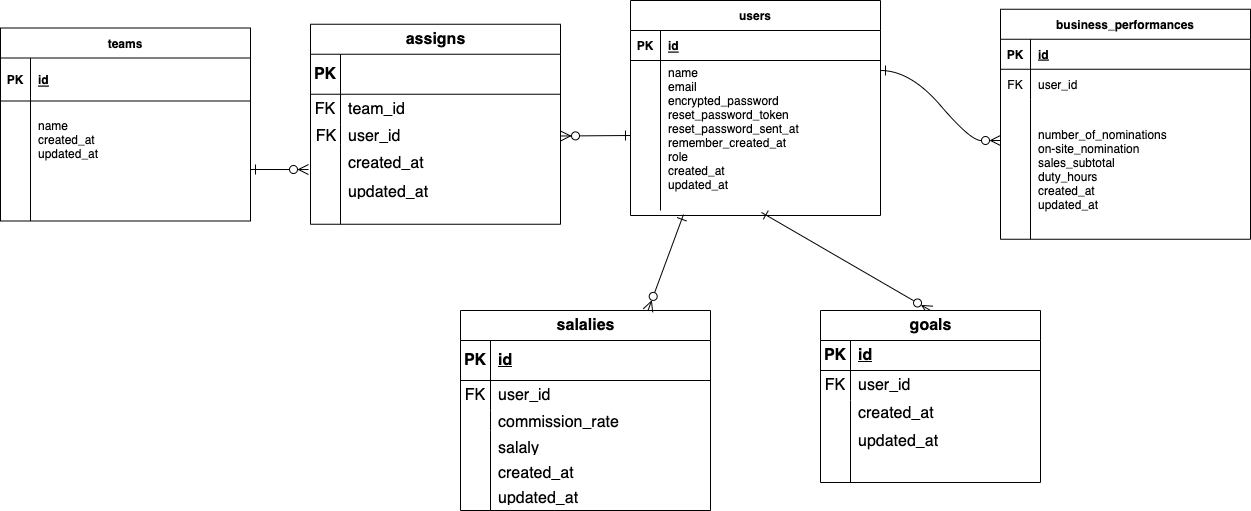
This is readme/original_app_ER.drawio.png from monn1997/original_application, a draw.io export, as it was before one commit. Source tidied: cells renumbered, new cells last; positions are measured from the earlier drawing's top-left corner, leaving out a move shared by most shapes.
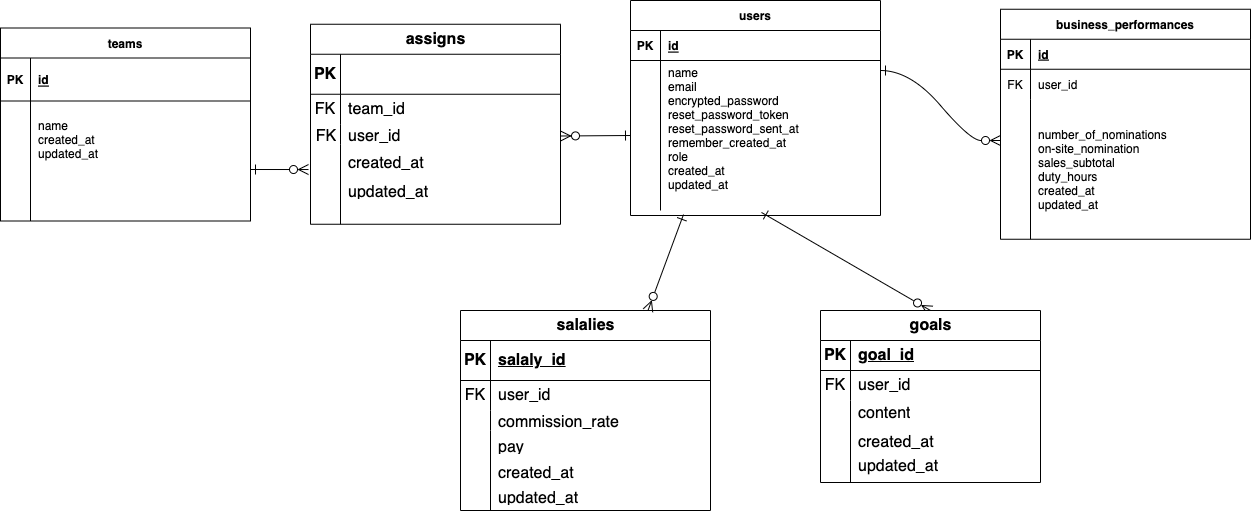
The same file after the commit.

Diff of the diagram source:
```diff
@@ -151,7 +151,7 @@
       </mxGeometry>
     </mxCell>
     <mxCell id="49" style="group;" parent="1" vertex="1">
-      <mxGeometry x="820" y="310" width="220" height="172" as="geometry" />
+      <mxGeometry x="820" y="310" width="250" height="172" as="geometry" />
     </mxCell>
     <mxCell id="50" value="goals" style="shape=table;startSize=30;rowLines=0;fontStyle=1;align=center;html=1;fontSize=16;" parent="49" vertex="1">
       <mxGeometry width="220" height="172" as="geometry" />
@@ -162,7 +162,7 @@
     <mxCell id="52" value="PK" style="shape=partialRectangle;fillColor=none;top=0;left=0;bottom=0;right=0;fontStyle=1;overflow=hidden;whiteSpace=wrap;html=1;fontSize=16;" parent="51" vertex="1">
       <mxGeometry width="30" height="30" as="geometry" />
     </mxCell>
-    <mxCell id="53" value="id" style="shape=partialRectangle;fillColor=none;top=0;left=0;bottom=0;right=0;align=left;spacingLeft=6;fontStyle=5;overflow=hidden;whiteSpace=wrap;html=1;fontSize=16;" parent="51" vertex="1">
+    <mxCell id="53" value="goal_id" style="shape=partialRectangle;fillColor=none;top=0;left=0;bottom=0;right=0;align=left;spacingLeft=6;fontStyle=5;overflow=hidden;whiteSpace=wrap;html=1;fontSize=16;" parent="51" vertex="1">
       <mxGeometry x="30" width="190" height="30" as="geometry" />
     </mxCell>
     <mxCell id="54" style="shape=tableRow;horizontal=0;startSize=0;swimlaneHead=0;swimlaneBody=0;fillColor=none;top=0;left=0;right=0;bottom=0;fontSize=16;" parent="50" vertex="1">
@@ -183,12 +183,15 @@
     <mxCell id="59" style="shape=partialRectangle;fillColor=none;top=0;left=0;bottom=0;right=0;align=left;spacingLeft=6;overflow=hidden;whiteSpace=wrap;html=1;fontSize=16;" parent="57" vertex="1">
       <mxGeometry x="30" width="190" height="82" as="geometry" />
     </mxCell>
-    <mxCell id="60" value="created_at" style="shape=partialRectangle;fillColor=none;top=0;left=0;bottom=0;right=0;align=left;spacingLeft=6;overflow=hidden;whiteSpace=wrap;html=1;fontSize=16;" parent="49" vertex="1">
+    <mxCell id="60" value="content" style="shape=partialRectangle;fillColor=none;top=0;left=0;bottom=0;right=0;align=left;spacingLeft=6;overflow=hidden;whiteSpace=wrap;html=1;fontSize=16;" parent="49" vertex="1">
       <mxGeometry x="30" y="90" width="190" height="26" as="geometry" />
     </mxCell>
     <mxCell id="61" value="updated_at" style="shape=partialRectangle;fillColor=none;top=0;left=0;bottom=0;right=0;align=left;spacingLeft=6;overflow=hidden;whiteSpace=wrap;html=1;fontSize=16;" parent="49" vertex="1">
-      <mxGeometry x="30" y="116" width="190" height="30" as="geometry" />
+      <mxGeometry x="30" y="141" width="190" height="30" as="geometry" />
     </mxCell>
+    <mxCell id="80" value="created_at" style="shape=partialRectangle;fillColor=none;top=0;left=0;bottom=0;right=0;align=left;spacingLeft=6;overflow=hidden;whiteSpace=wrap;html=1;fontSize=16;direction=south;" parent="49" vertex="1">
+      <mxGeometry x="30" y="120" width="220" height="20" as="geometry" />
+    </mxCell>
     <mxCell id="62" style="group;" parent="1" vertex="1">
       <mxGeometry x="460" y="310" width="250" height="200" as="geometry" />
     </mxCell>
@@ -201,7 +204,7 @@
     <mxCell id="65" value="PK" style="shape=partialRectangle;fillColor=none;top=0;left=0;bottom=0;right=0;fontStyle=1;overflow=hidden;whiteSpace=wrap;html=1;fontSize=16;" parent="64" vertex="1">
       <mxGeometry width="30" height="40" as="geometry" />
     </mxCell>
-    <mxCell id="66" value="id" style="shape=partialRectangle;fillColor=none;top=0;left=0;bottom=0;right=0;align=left;spacingLeft=6;fontStyle=5;overflow=hidden;whiteSpace=wrap;html=1;fontSize=16;" parent="64" vertex="1">
+    <mxCell id="66" value="salaly_id" style="shape=partialRectangle;fillColor=none;top=0;left=0;bottom=0;right=0;align=left;spacingLeft=6;fontStyle=5;overflow=hidden;whiteSpace=wrap;html=1;fontSize=16;" parent="64" vertex="1">
       <mxGeometry x="30" width="220" height="40" as="geometry" />
     </mxCell>
     <mxCell id="67" style="shape=tableRow;horizontal=0;startSize=0;swimlaneHead=0;swimlaneBody=0;fillColor=none;top=0;left=0;right=0;bottom=0;fontSize=16;" parent="63" vertex="1">
@@ -231,8 +234,8 @@
     <mxCell id="75" style="shape=partialRectangle;fillColor=none;top=0;left=0;bottom=0;right=0;align=left;spacingLeft=6;overflow=hidden;whiteSpace=wrap;html=1;fontSize=16;" parent="73" vertex="1">
       <mxGeometry x="30" width="220" height="80" as="geometry" />
     </mxCell>
-    <mxCell id="76" value="salaly" style="shape=partialRectangle;fillColor=none;top=0;left=0;bottom=0;right=0;align=left;spacingLeft=6;overflow=hidden;whiteSpace=wrap;html=1;fontSize=16;direction=south;" parent="62" vertex="1">
-      <mxGeometry x="30" y="126" width="220" height="20" as="geometry" />
+    <mxCell id="76" value="pay" style="shape=partialRectangle;fillColor=none;top=0;left=0;bottom=0;right=0;align=left;spacingLeft=6;overflow=hidden;whiteSpace=wrap;html=1;fontSize=16;direction=south;" parent="62" vertex="1">
+      <mxGeometry x="30" y="125" width="220" height="20" as="geometry" />
     </mxCell>
     <mxCell id="77" value="created_at" style="shape=partialRectangle;fillColor=none;top=0;left=0;bottom=0;right=0;align=left;spacingLeft=6;overflow=hidden;whiteSpace=wrap;html=1;fontSize=16;direction=south;" parent="62" vertex="1">
       <mxGeometry x="30" y="151" width="220" height="20" as="geometry" />
```
